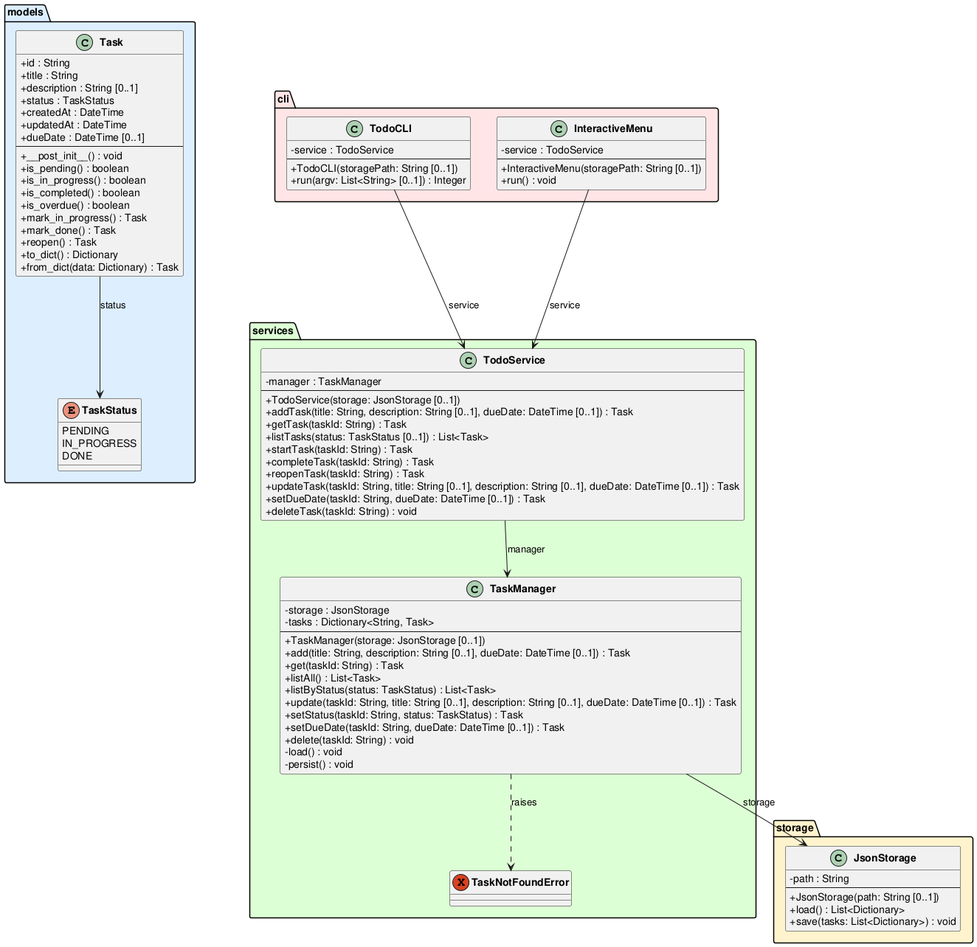
Before: experiments/pipeline/user_stories/TODO/artifacts/class_diagram.png, a diagram exported from PlantUML (DanielRiha8906/Software_autoevolution_using_agents).
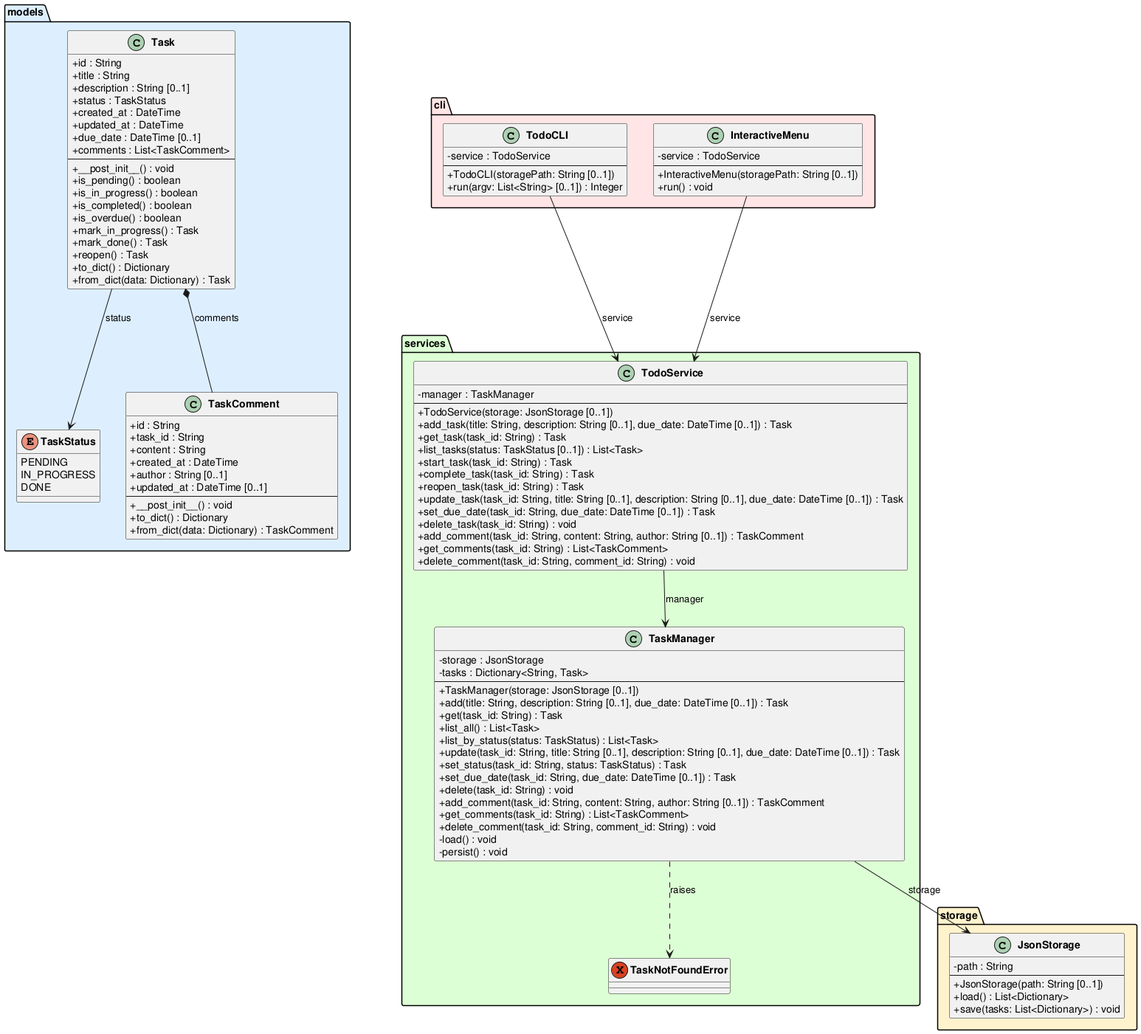
After the commit.

What changed in the source:
```diff
@@ -15,9 +15,10 @@
         +title : String
         +description : String [0..1]
         +status : TaskStatus
-        +createdAt : DateTime
-        +updatedAt : DateTime
-        +dueDate : DateTime [0..1]
+        +created_at : DateTime
+        +updated_at : DateTime
+        +due_date : DateTime [0..1]
+        +comments : List<TaskComment>
         --
         +__post_init__() : void
         +is_pending() : boolean
@@ -29,6 +30,19 @@
         +reopen() : Task
         +to_dict() : Dictionary
         +from_dict(data: Dictionary) : Task
+    }
+
+    class TaskComment {
+        +id : String
+        +task_id : String
+        +content : String
+        +created_at : DateTime
+        +author : String [0..1]
+        +updated_at : DateTime [0..1]
+        --
+        +__post_init__() : void
+        +to_dict() : Dictionary
+        +from_dict(data: Dictionary) : TaskComment
     }
 }
 
@@ -50,14 +64,17 @@
         -tasks : Dictionary<String, Task>
         --
         +TaskManager(storage: JsonStorage [0..1])
-        +add(title: String, description: String [0..1], dueDate: DateTime [0..1]) : Task
-        +get(taskId: String) : Task
-        +listAll() : List<Task>
-        +listByStatus(status: TaskStatus) : List<Task>
-        +update(taskId: String, title: String [0..1], description: String [0..1], dueDate: DateTime [0..1]) : Task
-        +setStatus(taskId: String, status: TaskStatus) : Task
-        +setDueDate(taskId: String, dueDate: DateTime [0..1]) : Task
-        +delete(taskId: String) : void
+        +add(title: String, description: String [0..1], due_date: DateTime [0..1]) : Task
+        +get(task_id: String) : Task
+        +list_all() : List<Task>
+        +list_by_status(status: TaskStatus) : List<Task>
+        +update(task_id: String, title: String [0..1], description: String [0..1], due_date: DateTime [0..1]) : Task
+        +set_status(task_id: String, status: TaskStatus) : Task
+        +set_due_date(task_id: String, due_date: DateTime [0..1]) : Task
+        +delete(task_id: String) : void
+        +add_comment(task_id: String, content: String, author: String [0..1]) : TaskComment
+        +get_comments(task_id: String) : List<TaskComment>
+        +delete_comment(task_id: String, comment_id: String) : void
         -load() : void
         -persist() : void
     }
@@ -66,15 +83,18 @@
         -manager : TaskManager
         --
         +TodoService(storage: JsonStorage [0..1])
-        +addTask(title: String, description: String [0..1], dueDate: DateTime [0..1]) : Task
-        +getTask(taskId: String) : Task
-        +listTasks(status: TaskStatus [0..1]) : List<Task>
-        +startTask(taskId: String) : Task
-        +completeTask(taskId: String) : Task
-        +reopenTask(taskId: String) : Task
-        +updateTask(taskId: String, title: String [0..1], description: String [0..1], dueDate: DateTime [0..1]) : Task
-        +setDueDate(taskId: String, dueDate: DateTime [0..1]) : Task
-        +deleteTask(taskId: String) : void
+        +add_task(title: String, description: String [0..1], due_date: DateTime [0..1]) : Task
+        +get_task(task_id: String) : Task
+        +list_tasks(status: TaskStatus [0..1]) : List<Task>
+        +start_task(task_id: String) : Task
+        +complete_task(task_id: String) : Task
+        +reopen_task(task_id: String) : Task
+        +update_task(task_id: String, title: String [0..1], description: String [0..1], due_date: DateTime [0..1]) : Task
+        +set_due_date(task_id: String, due_date: DateTime [0..1]) : Task
+        +delete_task(task_id: String) : void
+        +add_comment(task_id: String, content: String, author: String [0..1]) : TaskComment
+        +get_comments(task_id: String) : List<TaskComment>
+        +delete_comment(task_id: String, comment_id: String) : void
     }
 }
 
@@ -95,6 +115,7 @@
 }
 
 Task --> TaskStatus : status
+Task *-- TaskComment : comments
 TaskManager --> JsonStorage : storage
 TaskManager ..> TaskNotFoundError : raises
 TodoService --> TaskManager : manager
```
